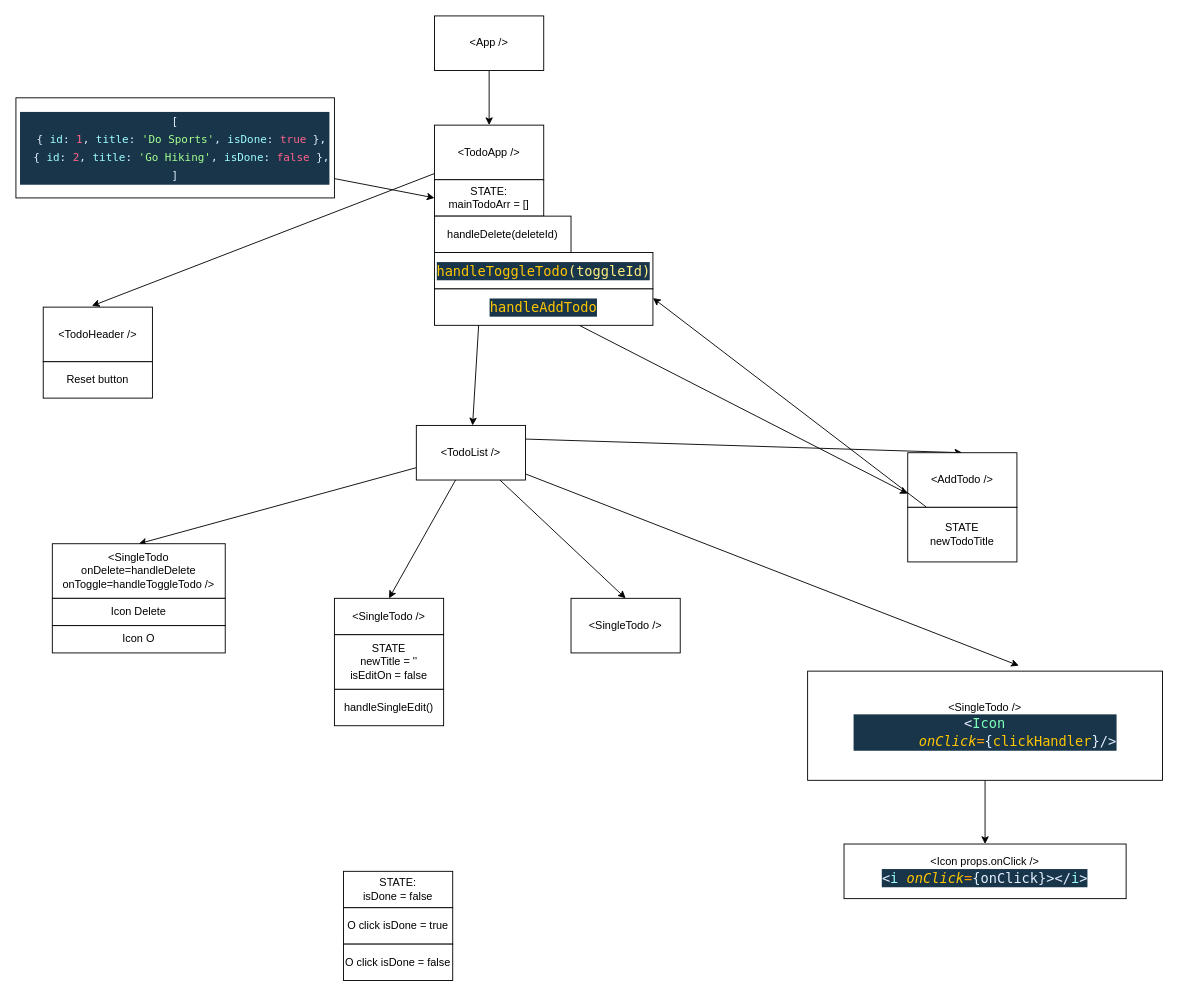
This is poStateLift.drawio from MariusCodeAcademy/type8-react-06-props-forms-todo, a draw.io file, before an edit. Source tidied: cells renumbered, new cells numbered last; positions are measured from the earlier drawing's top-left corner, leaving out a move shared by most shapes. Both pictures are drawn from the tidied source at 91%, with x=0, y=0 at pixel (15, 15).
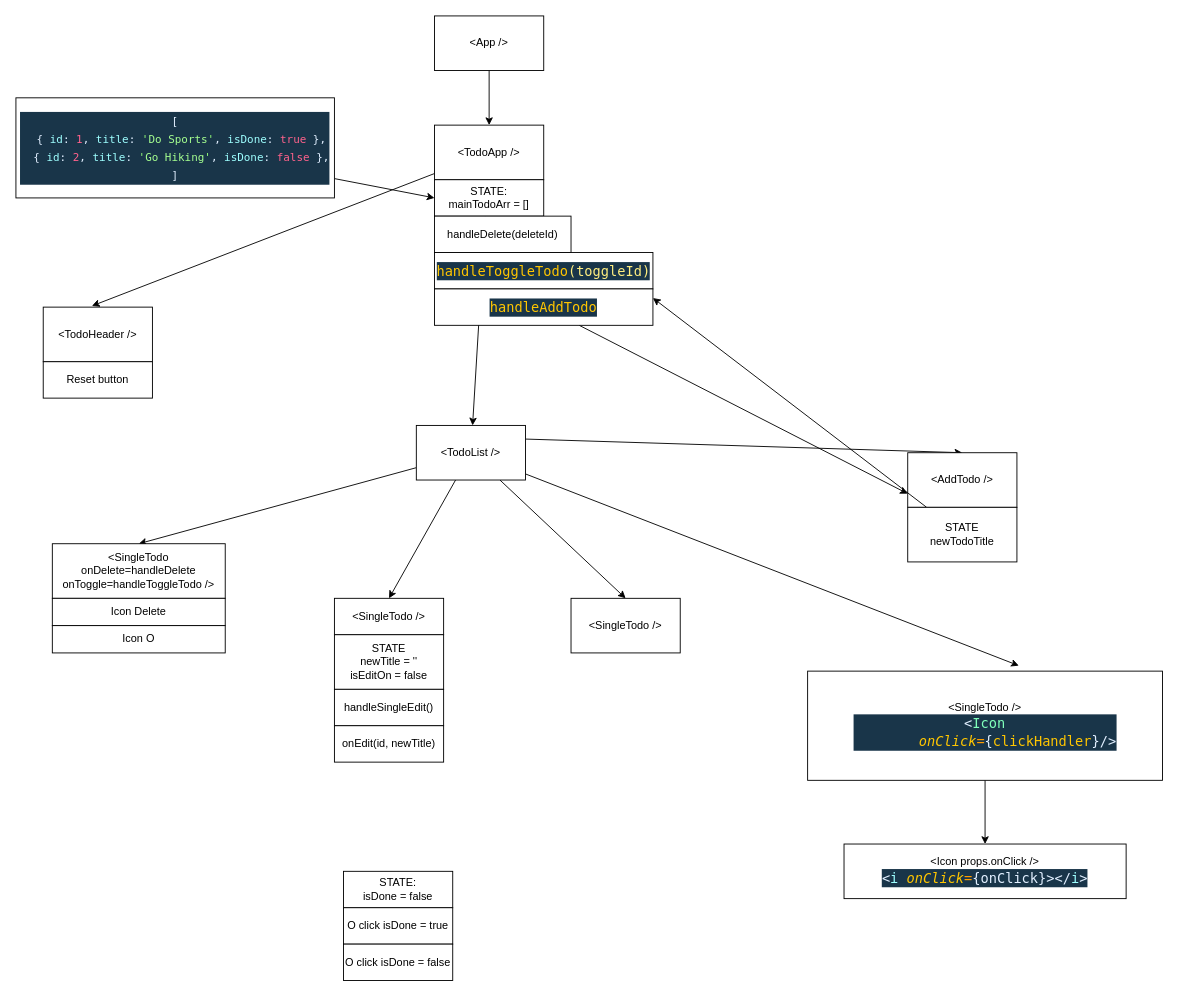
The same diagram, later.

What changed in the source:
```diff
@@
+    <mxCell id="38" value="onEdit(id, newTitle)" style="rounded=0;whiteSpace=wrap;html=1;" parent="1" vertex="1">
+      <mxGeometry x="350" y="780" width="120" height="40" as="geometry" />
+    </mxCell>
```
